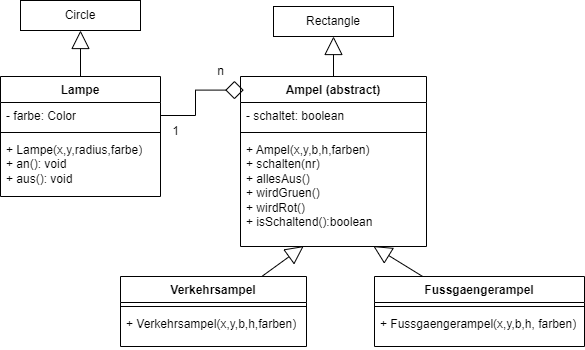
This is 00Informatik/OIDE_Ampel01/KlassendiagrammAmpelAbstrakt.png from Hi2272/Hi2272.github.io, a draw.io export, as it was before one commit. Source tidied: cells renumbered, new cells last; positions are measured from the earlier drawing's top-left corner, leaving out a move shared by most shapes.
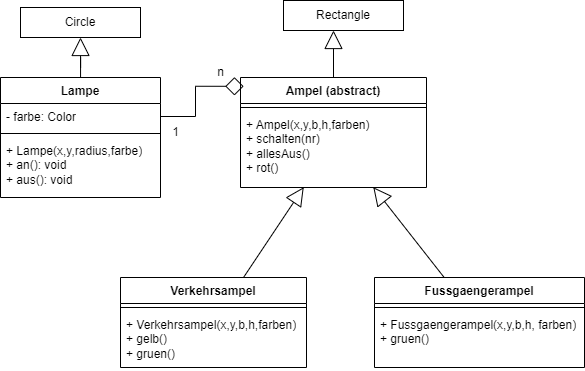
The same diagram one commit later.

What changed in the source:
```diff
@@ -2,74 +2,75 @@
   <root>
     <mxCell id="0" />
     <mxCell id="1" parent="0" />
-    <mxCell id="2" style="edgeStyle=orthogonalEdgeStyle;rounded=0;jettySize=auto;html=1;strokeColor=default;align=center;verticalAlign=middle;fontFamily=Helvetica;fontSize=11;fontColor=default;labelBackgroundColor=default;endArrow=block;endFill=0;endSize=16;" parent="1" edge="1" source="3" target="24">
-      <mxGeometry relative="1" as="geometry" />
+    <mxCell id="2" style="rounded=0;jettySize=auto;html=1;strokeColor=default;align=center;verticalAlign=middle;fontFamily=Helvetica;fontSize=11;fontColor=default;labelBackgroundColor=default;endArrow=block;endFill=0;endSize=16;edgeStyle=orthogonalEdgeStyle;" parent="1" edge="1" source="3" target="23">
+      <mxGeometry relative="1" as="geometry">
+        <Array as="points">
+          <mxPoint x="340" y="21" />
+        </Array>
+      </mxGeometry>
     </mxCell>
     <mxCell id="3" value="Ampel (abstract)" style="swimlane;fontStyle=1;align=center;verticalAlign=top;horizontal=1;startSize=26;whiteSpace=wrap;html=1;" parent="1" vertex="1">
-      <mxGeometry x="240" y="76" width="186" height="170" as="geometry" />
+      <mxGeometry x="240" y="76" width="186" height="110" as="geometry" />
     </mxCell>
-    <mxCell id="4" value="- schaltet: boolean" style="text;strokeColor=none;fillColor=none;align=left;verticalAlign=top;spacingLeft=4;spacingRight=4;overflow=hidden;whiteSpace=wrap;html=1;" parent="3" vertex="1">
-      <mxGeometry y="26" width="186" height="26" as="geometry" />
+    <mxCell id="4" style="line;strokeWidth=1;fillColor=none;align=left;verticalAlign=middle;spacingTop=-1;spacingLeft=3;spacingRight=3;labelPosition=right;strokeColor=inherit;" parent="3" vertex="1">
+      <mxGeometry y="26" width="186" height="8" as="geometry" />
     </mxCell>
-    <mxCell id="5" style="line;strokeWidth=1;fillColor=none;align=left;verticalAlign=middle;spacingTop=-1;spacingLeft=3;spacingRight=3;labelPosition=right;points=[];portConstraint=eastwest;strokeColor=inherit;" parent="3" vertex="1">
-      <mxGeometry y="52" width="186" height="8" as="geometry" />
+    <mxCell id="5" value="&lt;div&gt;+ Ampel(x,y,b,h,farben)&lt;/div&gt;+ schalten(nr)&lt;div&gt;+ allesAus()&lt;/div&gt;&lt;div&gt;&lt;div&gt;+ rot()&lt;/div&gt;&lt;/div&gt;&lt;div&gt;&lt;br&gt;&lt;/div&gt;&lt;div&gt;&lt;br&gt;&lt;/div&gt;" style="text;strokeColor=none;fillColor=none;align=left;verticalAlign=top;spacingLeft=4;spacingRight=4;overflow=hidden;points=[[0,0.5],[1,0.5]];portConstraint=eastwest;whiteSpace=wrap;html=1;" parent="3" vertex="1">
+      <mxGeometry y="34" width="186" height="76" as="geometry" />
     </mxCell>
-    <mxCell id="6" value="&lt;div&gt;+ Ampel(x,y,b,h,farben)&lt;/div&gt;+ schalten(nr)&lt;div&gt;+ allesAus()&lt;/div&gt;&lt;div&gt;+ wirdGruen()&lt;/div&gt;&lt;div&gt;+ wirdRot()&lt;/div&gt;&lt;div&gt;+ isSchaltend():boolean&lt;/div&gt;" style="text;strokeColor=none;fillColor=none;align=left;verticalAlign=top;spacingLeft=4;spacingRight=4;overflow=hidden;points=[[0,0.5],[1,0.5]];portConstraint=eastwest;whiteSpace=wrap;html=1;" parent="3" vertex="1">
-      <mxGeometry y="60" width="186" height="110" as="geometry" />
+    <mxCell id="6" style="edgeStyle=orthogonalEdgeStyle;rounded=0;jettySize=auto;html=1;entryX=0.5;entryY=1;entryDx=0;entryDy=0;strokeColor=default;align=center;verticalAlign=middle;fontFamily=Helvetica;fontSize=11;fontColor=default;labelBackgroundColor=default;endArrow=block;endFill=0;endSize=16;" parent="1" edge="1" source="7" target="22">
+      <mxGeometry relative="1" as="geometry" />
     </mxCell>
-    <mxCell id="7" style="edgeStyle=orthogonalEdgeStyle;rounded=0;jettySize=auto;html=1;entryX=0.5;entryY=1;entryDx=0;entryDy=0;strokeColor=default;align=center;verticalAlign=middle;fontFamily=Helvetica;fontSize=11;fontColor=default;labelBackgroundColor=default;endArrow=block;endFill=0;endSize=16;" parent="1" edge="1" source="8" target="23">
-      <mxGeometry relative="1" as="geometry" />
+    <mxCell id="7" value="Lampe" style="swimlane;fontStyle=1;align=center;verticalAlign=top;horizontal=1;startSize=26;whiteSpace=wrap;html=1;" parent="1" vertex="1">
+      <mxGeometry y="76" width="160" height="120" as="geometry" />
     </mxCell>
-    <mxCell id="8" value="Lampe" style="swimlane;fontStyle=1;align=center;verticalAlign=top;horizontal=1;startSize=26;whiteSpace=wrap;html=1;" parent="1" vertex="1">
-      <mxGeometry y="76" width="160" height="120" as="geometry" />
+    <mxCell id="8" value="- farbe: Color" style="text;strokeColor=none;fillColor=none;align=left;verticalAlign=top;spacingLeft=4;spacingRight=4;overflow=hidden;points=[[0,0.5],[1,0.5]];portConstraint=eastwest;whiteSpace=wrap;html=1;" parent="7" vertex="1">
+      <mxGeometry y="26" width="160" height="26" as="geometry" />
     </mxCell>
-    <mxCell id="9" value="- farbe: Color" style="text;strokeColor=none;fillColor=none;align=left;verticalAlign=top;spacingLeft=4;spacingRight=4;overflow=hidden;points=[[0,0.5],[1,0.5]];portConstraint=eastwest;whiteSpace=wrap;html=1;" parent="8" vertex="1">
-      <mxGeometry y="26" width="160" height="26" as="geometry" />
+    <mxCell id="9" style="line;strokeWidth=1;fillColor=none;align=left;verticalAlign=middle;spacingTop=-1;spacingLeft=3;spacingRight=3;labelPosition=right;points=[];portConstraint=eastwest;strokeColor=inherit;" parent="7" vertex="1">
+      <mxGeometry y="52" width="160" height="8" as="geometry" />
     </mxCell>
-    <mxCell id="10" style="line;strokeWidth=1;fillColor=none;align=left;verticalAlign=middle;spacingTop=-1;spacingLeft=3;spacingRight=3;labelPosition=right;strokeColor=inherit;" parent="8" vertex="1">
-      <mxGeometry y="52" width="160" height="8" as="geometry" />
+    <mxCell id="10" value="&lt;div&gt;+ Lampe(x,y,radius,farbe)&lt;/div&gt;+ an(): void&lt;div&gt;+ aus(): void&lt;/div&gt;" style="text;strokeColor=none;fillColor=none;align=left;verticalAlign=top;spacingLeft=4;spacingRight=4;overflow=hidden;whiteSpace=wrap;html=1;" parent="7" vertex="1">
+      <mxGeometry y="60" width="160" height="60" as="geometry" />
     </mxCell>
-    <mxCell id="11" value="&lt;div&gt;+ Lampe(x,y,radius,farbe)&lt;/div&gt;+ an(): void&lt;div&gt;+ aus(): void&lt;/div&gt;" style="text;strokeColor=none;fillColor=none;align=left;verticalAlign=top;spacingLeft=4;spacingRight=4;overflow=hidden;whiteSpace=wrap;html=1;" parent="8" vertex="1">
-      <mxGeometry y="60" width="160" height="60" as="geometry" />
+    <mxCell id="11" style="edgeStyle=orthogonalEdgeStyle;rounded=0;jettySize=auto;html=1;entryX=0.017;entryY=0.08;entryDx=0;entryDy=0;entryPerimeter=0;endArrow=diamond;endFill=0;endSize=16;" parent="1" edge="1" source="8" target="3">
+      <mxGeometry relative="1" as="geometry" />
     </mxCell>
-    <mxCell id="12" style="edgeStyle=orthogonalEdgeStyle;rounded=0;jettySize=auto;html=1;entryX=0.017;entryY=0.08;entryDx=0;entryDy=0;entryPerimeter=0;endArrow=diamond;endFill=0;endSize=16;" parent="1" edge="1" source="9" target="3">
-      <mxGeometry relative="1" as="geometry" />
+    <mxCell id="12" value="1" style="text;html=1;align=center;verticalAlign=middle;strokeColor=none;fillColor=none;" parent="1" vertex="1">
+      <mxGeometry x="160" y="116" width="30" height="30" as="geometry" />
     </mxCell>
-    <mxCell id="13" value="1" style="text;html=1;align=center;verticalAlign=middle;strokeColor=none;fillColor=none;" parent="1" vertex="1">
-      <mxGeometry x="160" y="116" width="30" height="30" as="geometry" />
+    <mxCell id="13" value="n" style="text;html=1;align=center;verticalAlign=middle;strokeColor=none;fillColor=none;" parent="1" vertex="1">
+      <mxGeometry x="205" y="56" width="30" height="30" as="geometry" />
     </mxCell>
-    <mxCell id="14" value="n" style="text;html=1;align=center;verticalAlign=middle;points=[];strokeColor=none;fillColor=none;" parent="1" vertex="1">
-      <mxGeometry x="205" y="56" width="30" height="30" as="geometry" />
+    <mxCell id="14" value="Verkehrsampel" style="swimlane;fontStyle=1;align=center;verticalAlign=top;horizontal=1;startSize=26;whiteSpace=wrap;html=1;" parent="1" vertex="1">
+      <mxGeometry x="120" y="276" width="186" height="90" as="geometry" />
     </mxCell>
-    <mxCell id="15" value="Verkehrsampel" style="swimlane;fontStyle=1;align=center;verticalAlign=top;horizontal=1;startSize=26;whiteSpace=wrap;html=1;" parent="1" vertex="1">
-      <mxGeometry x="120" y="276" width="186" height="70" as="geometry" />
+    <mxCell id="15" style="line;strokeWidth=1;fillColor=none;align=left;verticalAlign=middle;spacingTop=-1;spacingLeft=3;spacingRight=3;labelPosition=right;points=[];portConstraint=eastwest;strokeColor=inherit;" parent="14" vertex="1">
+      <mxGeometry y="26" width="186" height="8" as="geometry" />
     </mxCell>
-    <mxCell id="16" style="line;strokeWidth=1;fillColor=none;align=left;verticalAlign=middle;spacingTop=-1;spacingLeft=3;spacingRight=3;labelPosition=right;strokeColor=inherit;" parent="15" vertex="1">
-      <mxGeometry y="26" width="186" height="8" as="geometry" />
+    <mxCell id="16" value="&lt;div&gt;+ Verkehrsampel(x,y,b,h,farben)&lt;/div&gt;&lt;div&gt;&lt;span style=&quot;background-color: initial;&quot;&gt;+ gelb()&lt;/span&gt;&lt;br&gt;&lt;/div&gt;&lt;div&gt;+ gruen()&lt;/div&gt;" style="text;strokeColor=none;fillColor=none;align=left;verticalAlign=top;spacingLeft=4;spacingRight=4;overflow=hidden;whiteSpace=wrap;html=1;" parent="14" vertex="1">
+      <mxGeometry y="34" width="186" height="56" as="geometry" />
     </mxCell>
-    <mxCell id="17" value="&lt;div&gt;+ Verkehrsampel(x,y,b,h,farben)&lt;/div&gt;" style="text;strokeColor=none;fillColor=none;align=left;verticalAlign=top;spacingLeft=4;spacingRight=4;overflow=hidden;whiteSpace=wrap;html=1;" parent="15" vertex="1">
-      <mxGeometry y="34" width="186" height="36" as="geometry" />
+    <mxCell id="17" style="rounded=0;jettySize=auto;html=1;entryX=0.34;entryY=0.996;entryDx=0;entryDy=0;entryPerimeter=0;endArrow=block;endFill=0;endSize=16;" parent="1" edge="1" source="14" target="5">
+      <mxGeometry relative="1" as="geometry" />
     </mxCell>
-    <mxCell id="18" style="rounded=0;jettySize=auto;html=1;entryX=0.34;entryY=0.996;entryDx=0;entryDy=0;entryPerimeter=0;endArrow=block;endFill=0;endSize=16;" parent="1" edge="1" source="15" target="6">
-      <mxGeometry relative="1" as="geometry" />
+    <mxCell id="18" value="Fussgaengerampel" style="swimlane;fontStyle=1;align=center;verticalAlign=top;horizontal=1;startSize=26;whiteSpace=wrap;html=1;" parent="1" vertex="1">
+      <mxGeometry x="374" y="276" width="210" height="90" as="geometry" />
     </mxCell>
-    <mxCell id="19" value="Fussgaengerampel" style="swimlane;fontStyle=1;align=center;verticalAlign=top;horizontal=1;startSize=26;whiteSpace=wrap;html=1;" parent="1" vertex="1">
-      <mxGeometry x="374" y="276" width="210" height="70" as="geometry" />
+    <mxCell id="19" style="line;strokeWidth=1;fillColor=none;align=left;verticalAlign=middle;spacingTop=-1;spacingLeft=3;spacingRight=3;labelPosition=right;points=[];portConstraint=eastwest;strokeColor=inherit;" parent="18" vertex="1">
+      <mxGeometry y="26" width="210" height="8" as="geometry" />
     </mxCell>
-    <mxCell id="20" style="line;strokeWidth=1;fillColor=none;align=left;verticalAlign=middle;spacingTop=-1;spacingLeft=3;spacingRight=3;labelPosition=right;strokeColor=inherit;" parent="19" vertex="1">
-      <mxGeometry y="26" width="210" height="8" as="geometry" />
+    <mxCell id="20" value="&lt;div&gt;+ Fussgaengerampel(x,y,b,h, farben)&lt;/div&gt;&lt;div&gt;&lt;span style=&quot;background-color: initial;&quot;&gt;+ gruen()&lt;/span&gt;&lt;br&gt;&lt;/div&gt;" style="text;strokeColor=none;fillColor=none;align=left;verticalAlign=top;spacingLeft=4;spacingRight=4;overflow=hidden;whiteSpace=wrap;html=1;" parent="18" vertex="1">
+      <mxGeometry y="34" width="210" height="56" as="geometry" />
     </mxCell>
-    <mxCell id="21" value="&lt;div&gt;+ Fussgaengerampel(x,y,b,h, farben)&lt;/div&gt;" style="text;strokeColor=none;fillColor=none;align=left;verticalAlign=top;spacingLeft=4;spacingRight=4;overflow=hidden;whiteSpace=wrap;html=1;" parent="19" vertex="1">
-      <mxGeometry y="34" width="210" height="36" as="geometry" />
+    <mxCell id="21" style="rounded=0;jettySize=auto;html=1;entryX=0.714;entryY=0.996;entryDx=0;entryDy=0;entryPerimeter=0;endArrow=block;endFill=0;endSize=16;" parent="1" edge="1" source="18" target="5">
+      <mxGeometry relative="1" as="geometry" />
     </mxCell>
-    <mxCell id="22" style="rounded=0;jettySize=auto;html=1;entryX=0.714;entryY=0.996;entryDx=0;entryDy=0;entryPerimeter=0;endArrow=block;endFill=0;endSize=16;" parent="1" edge="1" source="19" target="6">
-      <mxGeometry relative="1" as="geometry" />
+    <mxCell id="22" value="Circle" style="rounded=0;whiteSpace=wrap;html=1;" parent="1" vertex="1">
+      <mxGeometry x="20" y="6" width="120" height="30" as="geometry" />
     </mxCell>
-    <mxCell id="23" value="Circle" style="rounded=0;whiteSpace=wrap;html=1;" parent="1" vertex="1">
-      <mxGeometry x="20" width="120" height="30" as="geometry" />
+    <mxCell id="23" value="Rectangle" style="rounded=0;whiteSpace=wrap;html=1;" parent="1" vertex="1">
+      <mxGeometry x="283" y="-1" width="120" height="30" as="geometry" />
     </mxCell>
-    <mxCell id="24" value="Rectangle" style="rounded=0;whiteSpace=wrap;html=1;" parent="1" vertex="1">
-      <mxGeometry x="273" y="6" width="120" height="30" as="geometry" />
-    </mxCell>
   </root>
 </mxGraphModel>
```
